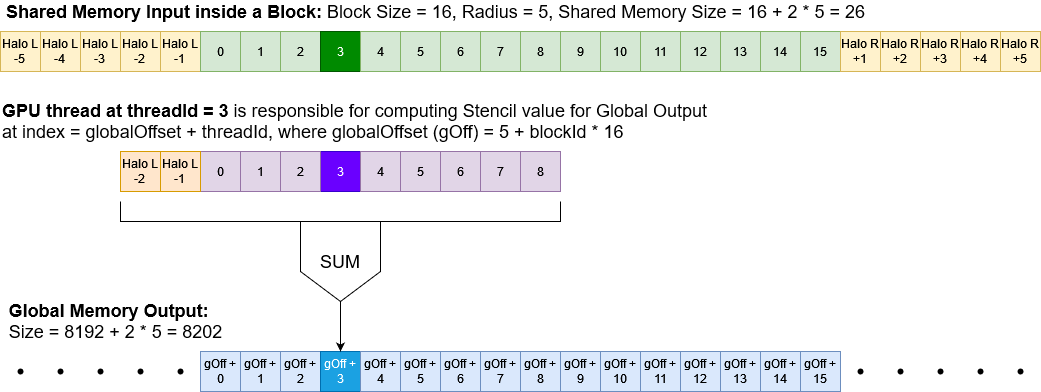
TallDave67/cuda-nersc-hw02 keeps this draw.io diagram as StencilWindow.drawio.png. Above is the earlier version. Source tidied: cells renumbered, new cells last; positions are measured from the earlier drawing's top-left corner, leaving out a move shared by most shapes.
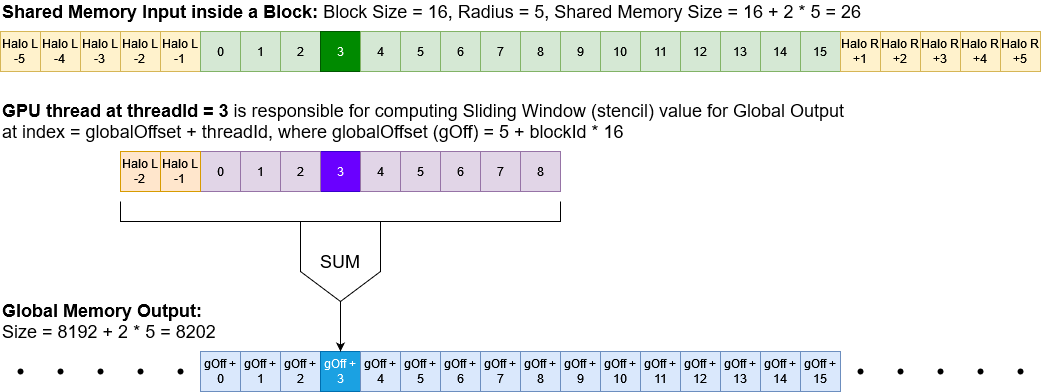
After the change.

Commit message:
French version of sliding window diagram, which led to some text change in English version to keep the two sets of text in the same ballpark of thought.

The edit, as a diff of the source:
```diff
@@ -89,11 +89,11 @@
     <mxCell id="30" value="&lt;div&gt;Halo R&lt;/div&gt;&lt;div&gt;+1&lt;br&gt;&lt;/div&gt;" style="whiteSpace=wrap;html=1;fillColor=#fff2cc;strokeColor=#d6b656;" parent="1" vertex="1">
       <mxGeometry x="840" y="30" width="40" height="40" as="geometry" />
     </mxCell>
-    <mxCell id="31" value="&lt;font style=&quot;font-size: 18px&quot;&gt;&lt;b&gt;Shared Memory Input inside a Block:&lt;/b&gt; Block Size = 16, Radius = 5, Shared Memory Size = 16 + 2 * 5 = 26&lt;/font&gt;" style="text;html=1;align=center;verticalAlign=middle;fillColor=none;strokeColor=none;rounded=0;" parent="1" vertex="1">
+    <mxCell id="31" value="&lt;div align=&quot;left&quot;&gt;&lt;font style=&quot;font-size: 18px&quot;&gt;&lt;b&gt;Shared Memory Input inside a Block:&lt;/b&gt; Block Size = 16, Radius = 5, Shared Memory Size = 16 + 2 * 5 = 26&lt;/font&gt;&lt;/div&gt;" style="text;html=1;align=left;verticalAlign=middle;fillColor=none;strokeColor=none;rounded=0;" parent="1" vertex="1">
       <mxGeometry width="870" height="20" as="geometry" />
     </mxCell>
-    <mxCell id="32" value="&lt;div align=&quot;left&quot;&gt;&lt;font style=&quot;font-size: 18px&quot;&gt;&lt;b&gt;GPU thread at threadId = 3&lt;/b&gt; is responsible for computing Stencil value for Global Output &lt;br&gt;&lt;/font&gt;&lt;/div&gt;&lt;div align=&quot;left&quot;&gt;&lt;font style=&quot;font-size: 18px&quot;&gt;at index = globalOffset + threadId, where &lt;/font&gt;&lt;font style=&quot;font-size: 18px&quot;&gt;globalOffset (gOff) = 5 + blockId * 16 &lt;br&gt;&lt;/font&gt;&lt;/div&gt;" style="text;html=1;align=left;verticalAlign=middle;fillColor=none;strokeColor=none;rounded=0;" parent="1" vertex="1">
-      <mxGeometry y="100" width="720" height="40" as="geometry" />
+    <mxCell id="32" value="&lt;div align=&quot;left&quot;&gt;&lt;font style=&quot;font-size: 18px&quot;&gt;&lt;b&gt;GPU thread at threadId = 3&lt;/b&gt; is responsible for computing Sliding Window (stencil) value for Global Output &lt;br&gt;&lt;/font&gt;&lt;/div&gt;&lt;div align=&quot;left&quot;&gt;&lt;font style=&quot;font-size: 18px&quot;&gt;at index = globalOffset + threadId, where &lt;/font&gt;&lt;font style=&quot;font-size: 18px&quot;&gt;globalOffset (gOff) = 5 + blockId * 16 &lt;br&gt;&lt;/font&gt;&lt;/div&gt;" style="text;html=1;align=left;verticalAlign=middle;fillColor=none;strokeColor=none;rounded=0;" parent="1" vertex="1">
+      <mxGeometry y="100" width="860" height="40" as="geometry" />
     </mxCell>
     <mxCell id="33" value="&lt;div&gt;Halo L&lt;/div&gt;&lt;div&gt;-2&lt;br&gt;&lt;/div&gt;" style="whiteSpace=wrap;html=1;fillColor=#ffe6cc;strokeColor=#d79b00;" parent="1" vertex="1">
       <mxGeometry x="120" y="150" width="40" height="40" as="geometry" />
@@ -134,7 +134,7 @@
     <mxCell id="45" value="SUM" style="shape=offPageConnector;whiteSpace=wrap;html=1;fontSize=18;" parent="1" vertex="1">
       <mxGeometry x="300" y="220" width="80" height="80" as="geometry" />
     </mxCell>
-    <mxCell id="46" value="&lt;div align=&quot;left&quot;&gt;&lt;font style=&quot;font-size: 18px&quot;&gt;&lt;b&gt;Global Memory Output:&lt;/b&gt;&lt;br&gt;&lt;/font&gt;&lt;/div&gt;&lt;div&gt;&lt;font style=&quot;font-size: 18px&quot;&gt;Size = 8192 + 2 * 5 = 8202&lt;/font&gt;&lt;/div&gt;" style="text;html=1;align=center;verticalAlign=middle;fillColor=none;strokeColor=none;rounded=0;" parent="1" vertex="1">
+    <mxCell id="46" value="&lt;div align=&quot;left&quot;&gt;&lt;font style=&quot;font-size: 18px&quot;&gt;&lt;b&gt;Global Memory Output:&lt;/b&gt;&lt;br&gt;&lt;/font&gt;&lt;/div&gt;&lt;div align=&quot;left&quot;&gt;&lt;font style=&quot;font-size: 18px&quot;&gt;Size = 8192 + 2 * 5 = 8202&lt;/font&gt;&lt;/div&gt;" style="text;html=1;align=left;verticalAlign=middle;fillColor=none;strokeColor=none;rounded=0;" parent="1" vertex="1">
       <mxGeometry y="300" width="230" height="40" as="geometry" />
     </mxCell>
     <mxCell id="47" value="0" style="whiteSpace=wrap;html=1;fillColor=#d5e8d4;strokeColor=#82b366;" parent="1" vertex="1">
```
